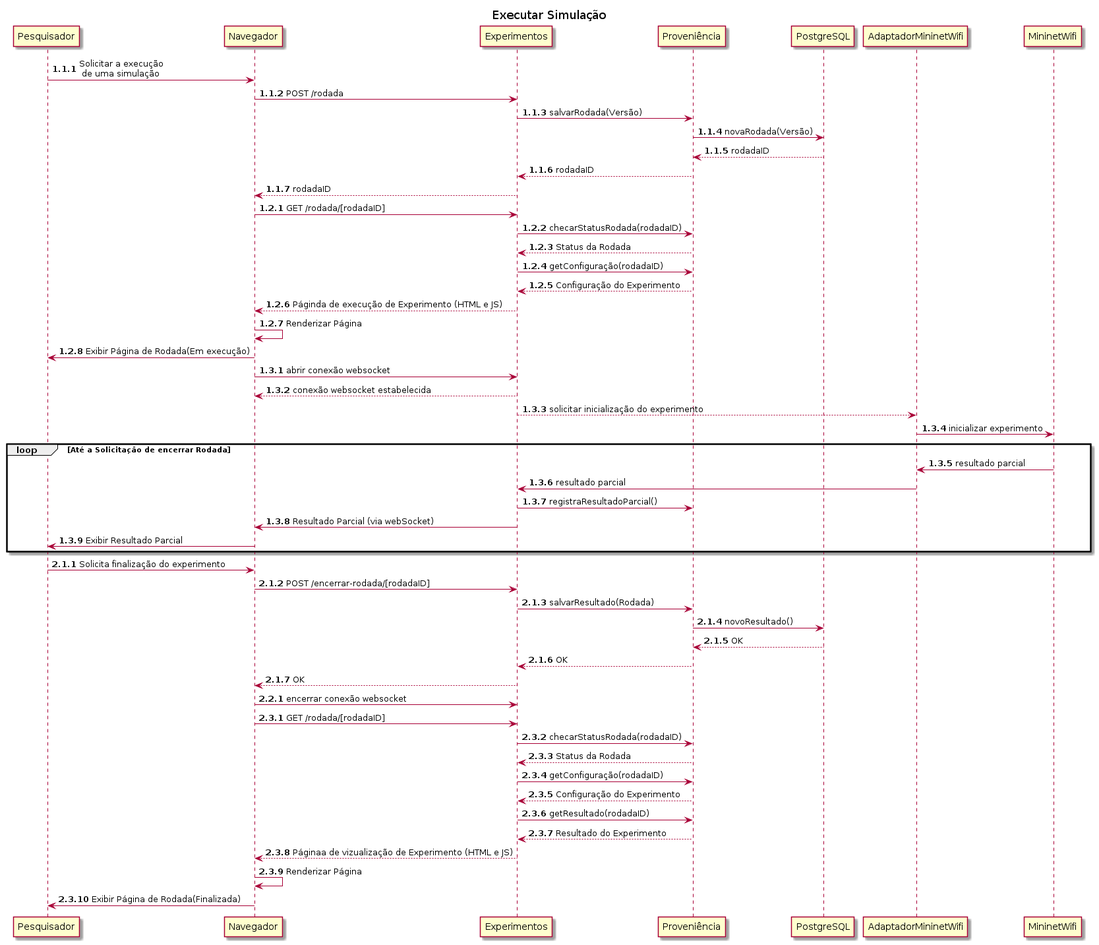
Earlier version of the PlantUML export docs/diagrams/out/sequenceDiagram/Diagrama de Sequência.png (renanrodriguesmr/MiniManager). Its diagram source:
```plantuml
@startuml Diagrama de Sequência
title Executar Simulação
autonumber 1.1.1

Pesquisador -> Navegador: Solicitar a execução\n de uma simulação
Navegador -> Experimentos: POST /rodada
Experimentos -> Proveniência: salvarRodada(Versão)
Proveniência -> PostgreSQL: novaRodada(Versão)
PostgreSQL --> Proveniência: rodadaID
Proveniência --> Experimentos: rodadaID
Experimentos --> Navegador: rodadaID

autonumber inc B
Navegador -> Experimentos: GET /rodada/[rodadaID]
Experimentos -> Proveniência: checarStatusRodada(rodadaID)
Proveniência --> Experimentos: Status da Rodada
Experimentos -> Proveniência: getConfiguração(rodadaID)
Proveniência --> Experimentos: Configuração do Experimento
Experimentos --> Navegador: Páginda de execução de Experimento (HTML e JS)
Navegador -> Navegador: Renderizar Página
Navegador -> Pesquisador: Exibir Página de Rodada(Em execução)

autonumber inc B
Navegador -> Experimentos: abrir conexão websocket
Experimentos --> Navegador: conexão websocket estabelecida
Experimentos --> AdaptadorMininetWifi: solicitar inicialização do experimento
AdaptadorMininetWifi -> MininetWifi: inicializar experimento
loop Até a Solicitação de encerrar Rodada
    MininetWifi -> AdaptadorMininetWifi: resultado parcial
    AdaptadorMininetWifi -> Experimentos: resultado parcial
    Experimentos -> Proveniência: registraResultadoParcial()
    Experimentos -> Navegador: Resultado Parcial (via webSocket)
    Navegador -> Pesquisador: Exibir Resultado Parcial
end

autonumber inc A
Pesquisador -> Navegador: Solicita finalização do experimento
Navegador -> Experimentos: POST /encerrar-rodada/[rodadaID]
Experimentos -> Proveniência: salvarResultado(Rodada)
Proveniência -> PostgreSQL: novoResultado()
PostgreSQL --> Proveniência: OK
Proveniência --> Experimentos: OK
Experimentos --> Navegador: OK

autonumber inc B
Navegador -> Experimentos: encerrar conexão websocket

autonumber inc B
Navegador -> Experimentos: GET /rodada/[rodadaID]
Experimentos -> Proveniência: checarStatusRodada(rodadaID)
Proveniência --> Experimentos: Status da Rodada
Experimentos -> Proveniência: getConfiguração(rodadaID)
Proveniência --> Experimentos: Configuração do Experimento
Experimentos -> Proveniência: getResultado(rodadaID)
Proveniência --> Experimentos: Resultado do Experimento
Experimentos --> Navegador: Páginaa de vizualização de Experimento (HTML e JS)
Navegador -> Navegador: Renderizar Página
Navegador -> Pesquisador: Exibir Página de Rodada(Finalizada)




@enduml
```
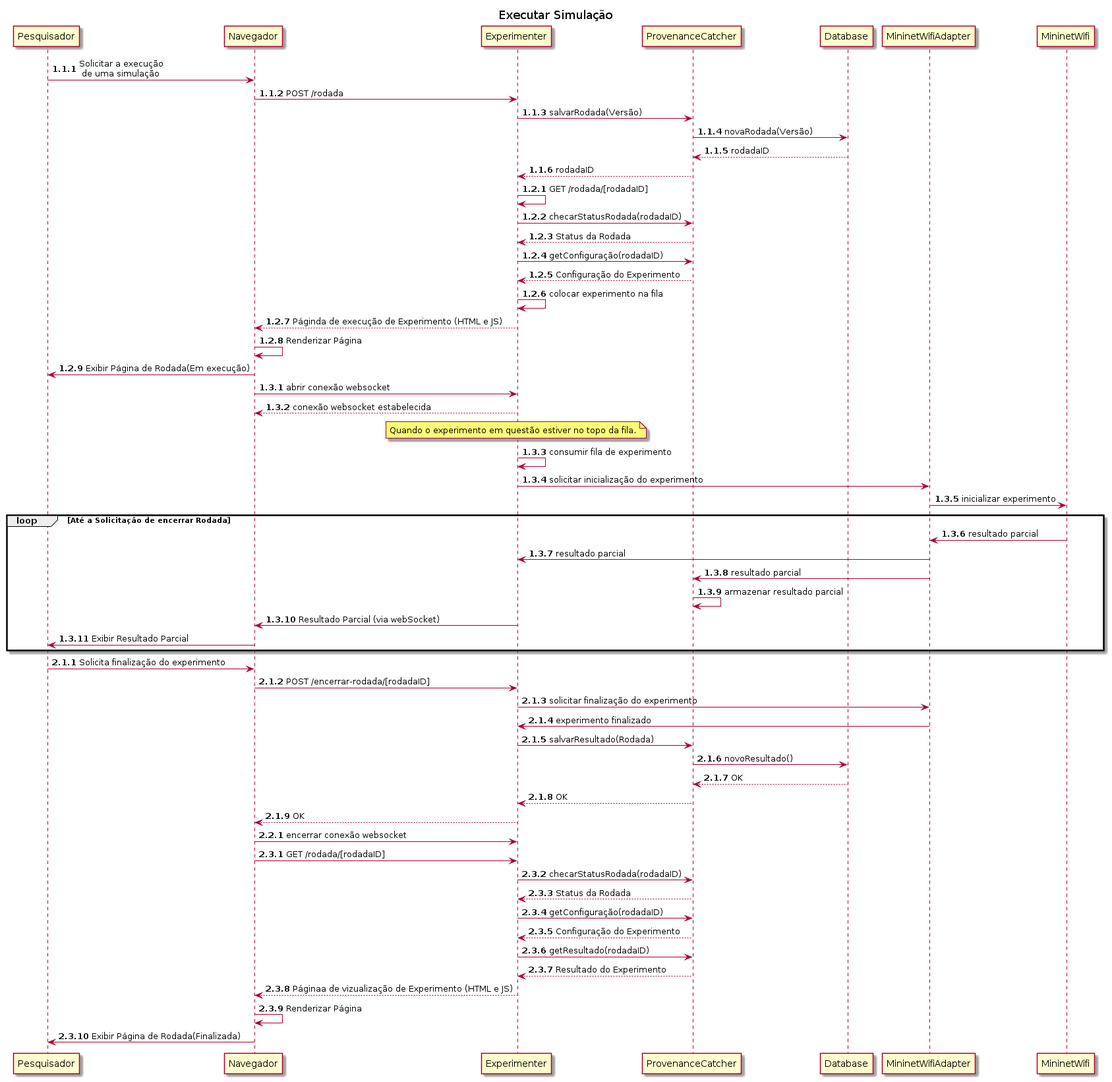
The same file after the commit.

Change to the diagram source:
```diff
@@ -3,57 +3,62 @@
 autonumber 1.1.1
 
 Pesquisador -> Navegador: Solicitar a execução\n de uma simulação
-Navegador -> Experimentos: POST /rodada
-Experimentos -> Proveniência: salvarRodada(Versão)
-Proveniência -> PostgreSQL: novaRodada(Versão)
-PostgreSQL --> Proveniência: rodadaID
-Proveniência --> Experimentos: rodadaID
-Experimentos --> Navegador: rodadaID
+Navegador -> Experimenter: POST /rodada
+Experimenter -> ProvenanceCatcher: salvarRodada(Versão)
+ProvenanceCatcher -> Database: novaRodada(Versão)
+Database --> ProvenanceCatcher: rodadaID
+ProvenanceCatcher --> Experimenter: rodadaID
 
 autonumber inc B
-Navegador -> Experimentos: GET /rodada/[rodadaID]
-Experimentos -> Proveniência: checarStatusRodada(rodadaID)
-Proveniência --> Experimentos: Status da Rodada
-Experimentos -> Proveniência: getConfiguração(rodadaID)
-Proveniência --> Experimentos: Configuração do Experimento
-Experimentos --> Navegador: Páginda de execução de Experimento (HTML e JS)
+Experimenter -> Experimenter: GET /rodada/[rodadaID]
+Experimenter -> ProvenanceCatcher: checarStatusRodada(rodadaID)
+ProvenanceCatcher --> Experimenter: Status da Rodada
+Experimenter -> ProvenanceCatcher: getConfiguração(rodadaID)
+ProvenanceCatcher --> Experimenter: Configuração do Experimento
+Experimenter -> Experimenter: colocar experimento na fila
+Experimenter --> Navegador: Páginda de execução de Experimento (HTML e JS)
 Navegador -> Navegador: Renderizar Página
 Navegador -> Pesquisador: Exibir Página de Rodada(Em execução)
 
 autonumber inc B
-Navegador -> Experimentos: abrir conexão websocket
-Experimentos --> Navegador: conexão websocket estabelecida
-Experimentos --> AdaptadorMininetWifi: solicitar inicialização do experimento
-AdaptadorMininetWifi -> MininetWifi: inicializar experimento
+Navegador -> Experimenter: abrir conexão websocket
+Experimenter --> Navegador: conexão websocket estabelecida
+note over Experimenter: Quando o experimento em questão estiver no topo da fila.
+Experimenter -> Experimenter: consumir fila de experimento
+Experimenter -> MininetWifiAdapter: solicitar inicialização do experimento
+MininetWifiAdapter -> MininetWifi: inicializar experimento
 loop Até a Solicitação de encerrar Rodada
-    MininetWifi -> AdaptadorMininetWifi: resultado parcial
-    AdaptadorMininetWifi -> Experimentos: resultado parcial
-    Experimentos -> Proveniência: registraResultadoParcial()
-    Experimentos -> Navegador: Resultado Parcial (via webSocket)
+    MininetWifi -> MininetWifiAdapter: resultado parcial
+    MininetWifiAdapter -> Experimenter: resultado parcial
+    MininetWifiAdapter -> ProvenanceCatcher: resultado parcial
+    ProvenanceCatcher -> ProvenanceCatcher: armazenar resultado parcial
+    Experimenter -> Navegador: Resultado Parcial (via webSocket)
     Navegador -> Pesquisador: Exibir Resultado Parcial
 end
 
 autonumber inc A
 Pesquisador -> Navegador: Solicita finalização do experimento
-Navegador -> Experimentos: POST /encerrar-rodada/[rodadaID]
-Experimentos -> Proveniência: salvarResultado(Rodada)
-Proveniência -> PostgreSQL: novoResultado()
-PostgreSQL --> Proveniência: OK
-Proveniência --> Experimentos: OK
-Experimentos --> Navegador: OK
+Navegador -> Experimenter: POST /encerrar-rodada/[rodadaID]
+Experimenter -> MininetWifiAdapter: solicitar finalização do experimento
+MininetWifiAdapter -> Experimenter: experimento finalizado
+Experimenter -> ProvenanceCatcher: salvarResultado(Rodada)
+ProvenanceCatcher -> Database: novoResultado()
+Database --> ProvenanceCatcher: OK
+ProvenanceCatcher --> Experimenter: OK
+Experimenter --> Navegador: OK
 
 autonumber inc B
-Navegador -> Experimentos: encerrar conexão websocket
+Navegador -> Experimenter: encerrar conexão websocket
 
 autonumber inc B
-Navegador -> Experimentos: GET /rodada/[rodadaID]
-Experimentos -> Proveniência: checarStatusRodada(rodadaID)
-Proveniência --> Experimentos: Status da Rodada
-Experimentos -> Proveniência: getConfiguração(rodadaID)
-Proveniência --> Experimentos: Configuração do Experimento
-Experimentos -> Proveniência: getResultado(rodadaID)
-Proveniência --> Experimentos: Resultado do Experimento
-Experimentos --> Navegador: Páginaa de vizualização de Experimento (HTML e JS)
+Navegador -> Experimenter: GET /rodada/[rodadaID]
+Experimenter -> ProvenanceCatcher: checarStatusRodada(rodadaID)
+ProvenanceCatcher --> Experimenter: Status da Rodada
+Experimenter -> ProvenanceCatcher: getConfiguração(rodadaID)
+ProvenanceCatcher --> Experimenter: Configuração do Experimento
+Experimenter -> ProvenanceCatcher: getResultado(rodadaID)
+ProvenanceCatcher --> Experimenter: Resultado do Experimento
+Experimenter --> Navegador: Páginaa de vizualização de Experimento (HTML e JS)
 Navegador -> Navegador: Renderizar Página
 Navegador -> Pesquisador: Exibir Página de Rodada(Finalizada)
 
```
